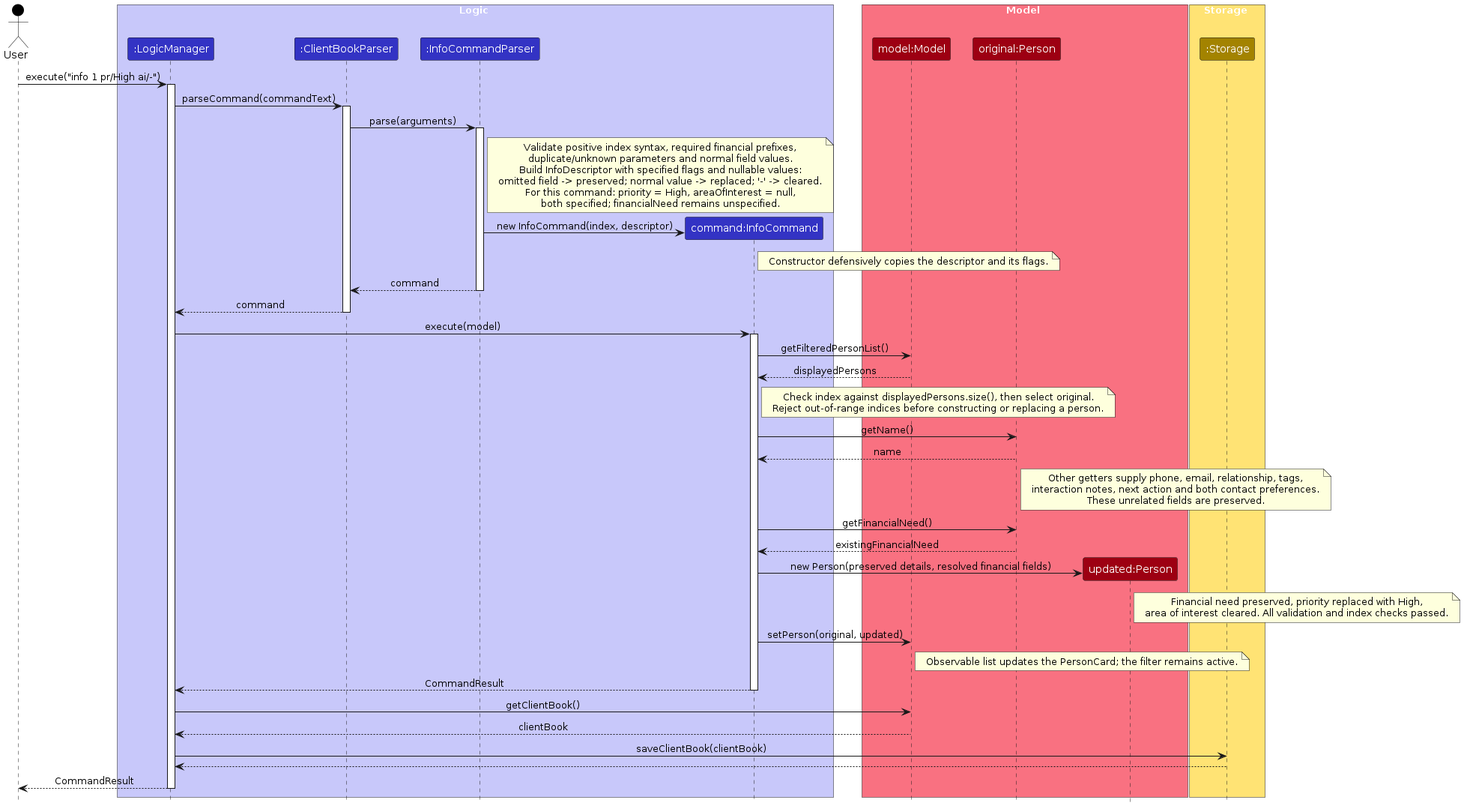
This is diagrams/InfoSequenceDiagram.png from AY2627S1-CS2103T-F14a-4/tp, a PlantUML export, as it was before one commit. Its source is kept beside it as diagrams/InfoSequenceDiagram.puml.
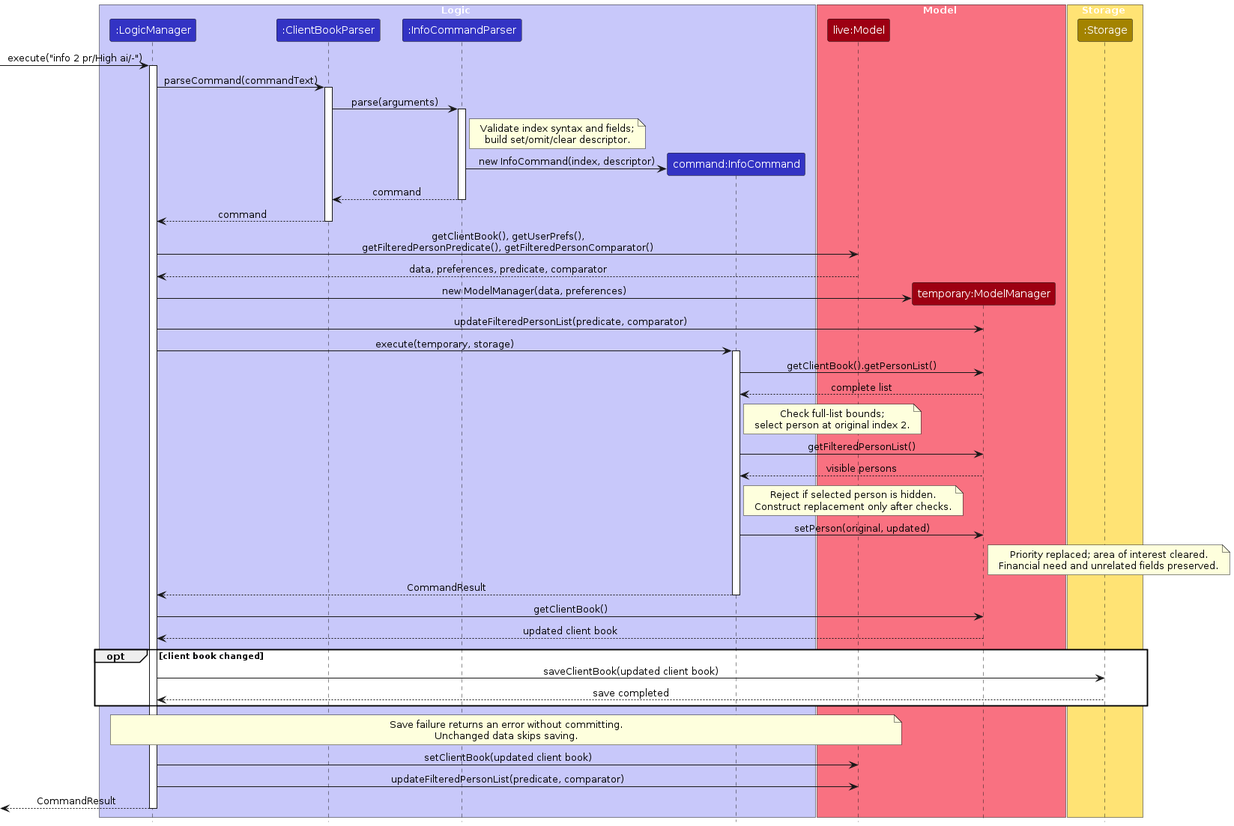
The same diagram one commit later.

The edit, as a diff of the source:
```diff
@@ -2,77 +2,63 @@
 !include style.puml
 skinparam ArrowFontStyle plain
 
-actor User USER_COLOR
-
 box Logic LOGIC_COLOR_T1
 participant ":LogicManager" as Logic LOGIC_COLOR
 participant ":ClientBookParser" as Parser LOGIC_COLOR
-participant ":InfoCommandParser" as InfoParser LOGIC_COLOR
+participant ":InfoCommandParser" as FeatureParser LOGIC_COLOR
 participant "command:InfoCommand" as Command LOGIC_COLOR
 end box
 
 box Model MODEL_COLOR_T1
-participant "model:Model" as Model MODEL_COLOR
-participant "original:Person" as Original MODEL_COLOR
-participant "updated:Person" as Updated MODEL_COLOR
+participant "live:Model" as Live MODEL_COLOR
+participant "temporary:ModelManager" as Temp MODEL_COLOR
 end box
 
 box Storage STORAGE_COLOR_T1
 participant ":Storage" as Storage STORAGE_COLOR
 end box
 
-User -> Logic : execute("info 1 pr/High ai/-")
+[-> Logic : execute("info 2 pr/High ai/-")
 activate Logic
 Logic -> Parser : parseCommand(commandText)
 activate Parser
-Parser -> InfoParser : parse(arguments)
-activate InfoParser
-note right of InfoParser
-Validate positive index syntax, required financial prefixes,
-duplicate/unknown parameters and normal field values.
-Build InfoDescriptor with specified flags and nullable values:
-omitted field -> preserved; normal value -> replaced; '-' -> cleared.
-For this command: priority = High, areaOfInterest = null,
-both specified; financialNeed remains unspecified.
-end note
+Parser -> FeatureParser : parse(arguments)
+activate FeatureParser
+note right of FeatureParser : Validate index syntax and fields;\nbuild set/omit/clear descriptor.
 create Command
-InfoParser -> Command : new InfoCommand(index, descriptor)
-note right of Command : Constructor defensively copies the descriptor and its flags.
-InfoParser --> Parser : command
-deactivate InfoParser
+FeatureParser -> Command : new InfoCommand(index, descriptor)
+FeatureParser --> Parser : command
+deactivate FeatureParser
 Parser --> Logic : command
 deactivate Parser
-Logic -> Command : execute(model)
+
+Logic -> Live : getClientBook(), getUserPrefs(),\ngetFilteredPersonPredicate(), getFilteredPersonComparator()
+Live --> Logic : data, preferences, predicate, comparator
+create Temp
+Logic -> Temp : new ModelManager(data, preferences)
+Logic -> Temp : updateFilteredPersonList(predicate, comparator)
+Logic -> Command : execute(temporary, storage)
 activate Command
-Command -> Model : getFilteredPersonList()
-Model --> Command : displayedPersons
-note right of Command
-Check index against displayedPersons.size(), then select original.
-Reject out-of-range indices before constructing or replacing a person.
-end note
-Command -> Original : getName()
-Original --> Command : name
-note right of Original
-Other getters supply phone, email, relationship, tags,
-interaction notes, next action and both contact preferences.
-These unrelated fields are preserved.
-end note
-Command -> Original : getFinancialNeed()
-Original --> Command : existingFinancialNeed
-create Updated
-Command -> Updated : new Person(preserved details, resolved financial fields)
-note right of Updated
-Financial need preserved, priority replaced with High,
-area of interest cleared. All validation and index checks passed.
-end note
-Command -> Model : setPerson(original, updated)
-note right of Model : Observable list updates the PersonCard; the filter remains active.
+Command -> Temp : getClientBook().getPersonList()
+Temp --> Command : complete list
+note right of Command : Check full-list bounds;\nselect person at original index 2.
+Command -> Temp : getFilteredPersonList()
+Temp --> Command : visible persons
+note right of Command : Reject if selected person is hidden.\nConstruct replacement only after checks.
+Command -> Temp : setPerson(original, updated)
+note right of Temp : Priority replaced; area of interest cleared.\nFinancial need and unrelated fields preserved.
 Command --> Logic : CommandResult
 deactivate Command
-Logic -> Model : getClientBook()
-Model --> Logic : clientBook
-Logic -> Storage : saveClientBook(clientBook)
-Storage --> Logic
-Logic --> User : CommandResult
+
+Logic -> Temp : getClientBook()
+Temp --> Logic : updated client book
+opt client book changed
+    Logic -> Storage : saveClientBook(updated client book)
+    Storage --> Logic : save completed
+end
+note over Logic, Live : Save failure returns an error without committing.\nUnchanged data skips saving.
+Logic -> Live : setClientBook(updated client book)
+Logic -> Live : updateFilteredPersonList(predicate, comparator)
+[<-- Logic : CommandResult
 deactivate Logic
 @enduml
```
